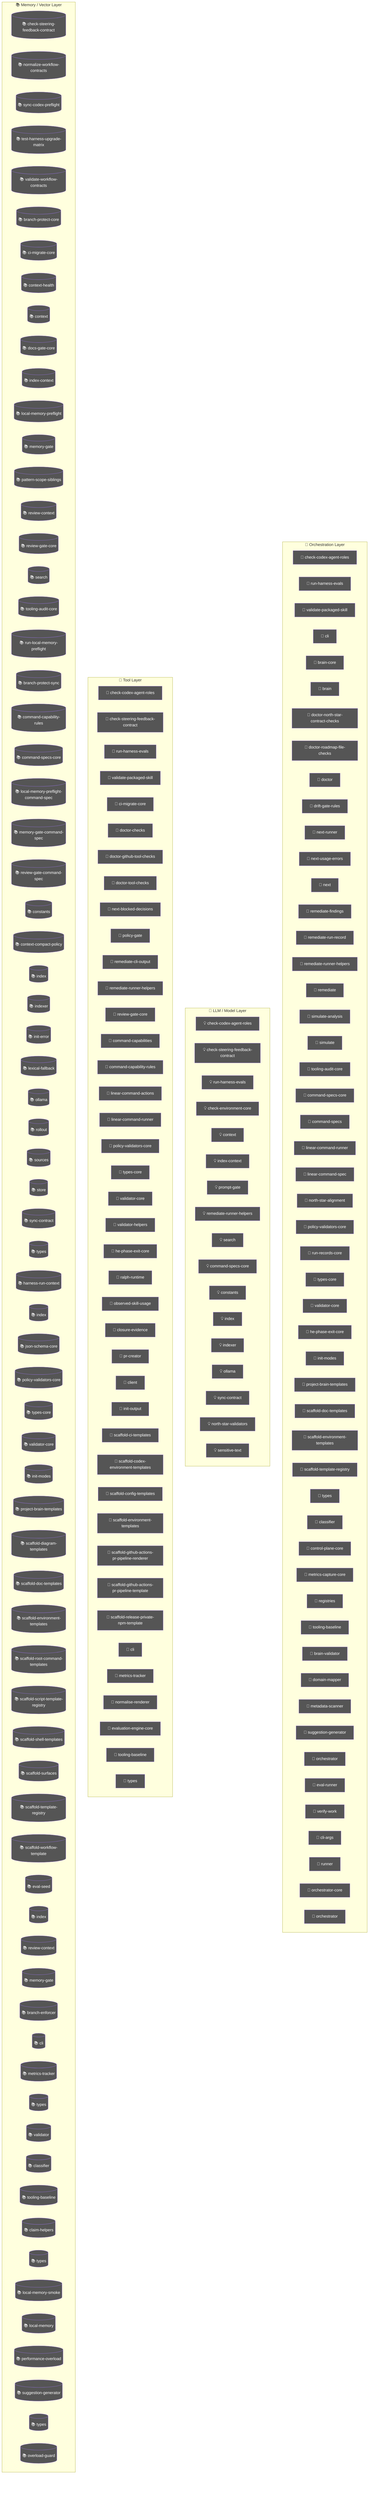
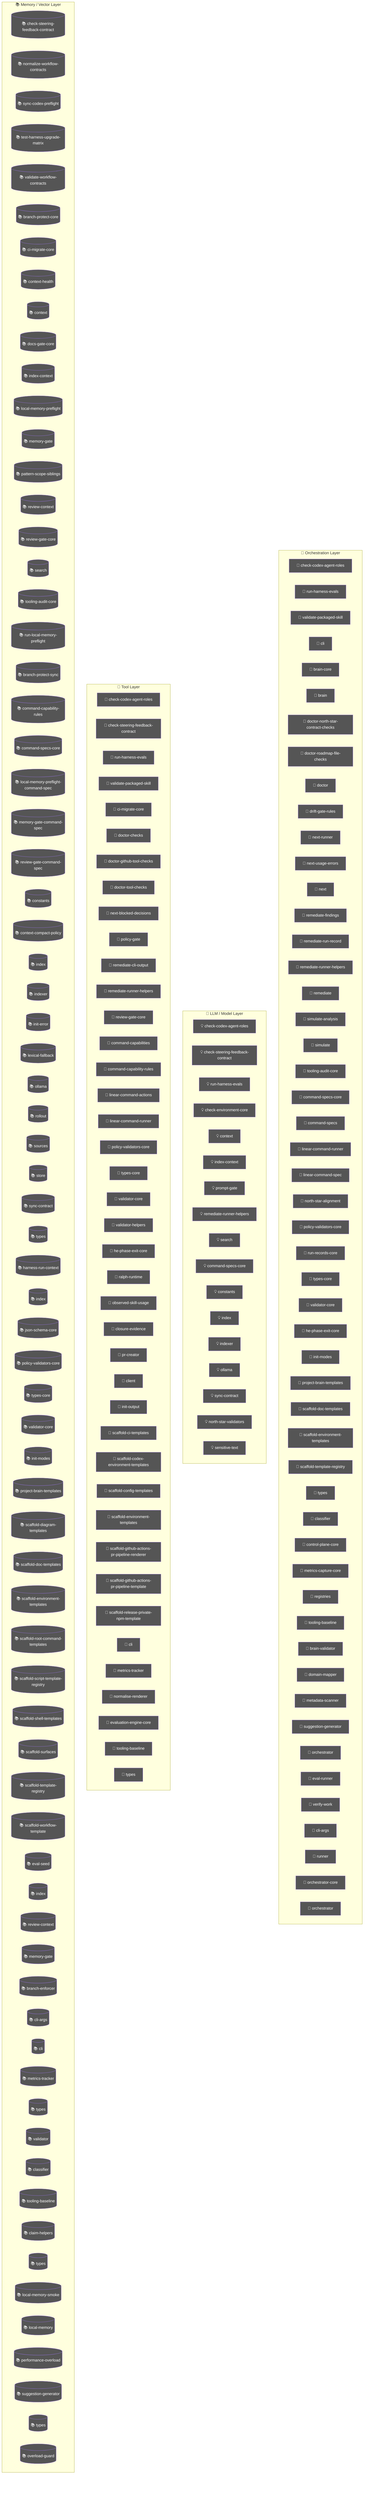
flowchart TD
  subgraph Orchestration["🎯 Orchestration Layer"]
    node_agent_mmd_orchestration_layer_orchestration_chec_7a9f0b64["🤖 check-codex-agent-roles"]
    node_agent_mmd_orchestration_layer_orchestration_run__18817957["🤖 run-harness-evals"]
    node_agent_mmd_orchestration_layer_orchestration_vali_c01b04be["🤖 validate-packaged-skill"]
    cli_99bb8840["🤖 cli"]
    brain_core_aa07c380["🤖 brain-core"]
    brain_bbbf7a64["🤖 brain"]
    doctor_north_star_contract_checks_0048124c["🤖 doctor-north-star-contract-checks"]
    doctor_roadmap_file_checks_14447b8e["🤖 doctor-roadmap-file-checks"]
    doctor_72f4be89["🤖 doctor"]
    drift_gate_rules_9685e72d["🤖 drift-gate-rules"]
    next_runner_41643472["🤖 next-runner"]
    next_usage_errors_837a345a["🤖 next-usage-errors"]
    next_c6c1c9a9["🤖 next"]
    remediate_findings_8b09c8c6["🤖 remediate-findings"]
    remediate_run_record_9dfe5dc1["🤖 remediate-run-record"]
    node_agent_mmd_orchestration_layer_orchestration_reme_359fe98f["🤖 remediate-runner-helpers"]
    remediate_06b9c7fc["🤖 remediate"]
    simulate_analysis_164a460c["🤖 simulate-analysis"]
    simulate_b9efe395["🤖 simulate"]
    node_agent_mmd_orchestration_layer_orchestration_tool_acfe0c01["🤖 tooling-audit-core"]
    node_agent_mmd_orchestration_layer_orchestration_comm_1f8cc24c["🤖 command-specs-core"]
    command_specs_69167c63["🤖 command-specs"]
    node_agent_mmd_orchestration_layer_orchestration_line_b67affd5["🤖 linear-command-runner"]
    linear_command_spec_1e12dd44["🤖 linear-command-spec"]
    north_star_alignment_00440188["🤖 north-star-alignment"]
    node_agent_mmd_orchestration_layer_orchestration_poli_3270b55d["🤖 policy-validators-core"]
    run_records_core_89286dfa["🤖 run-records-core"]
    node_agent_mmd_orchestration_layer_orchestration_type_7cf81261["🤖 types-core"]
    node_agent_mmd_orchestration_layer_orchestration_vali_d9fe99e6["🤖 validator-core"]
    node_agent_mmd_orchestration_layer_orchestration_he_p_fc778c24["🤖 he-phase-exit-core"]
    node_agent_mmd_orchestration_layer_orchestration_init_2a9c3ecb["🤖 init-modes"]
    node_agent_mmd_orchestration_layer_orchestration_proj_6ab6f60f["🤖 project-brain-templates"]
    node_agent_mmd_orchestration_layer_orchestration_scaf_12cc07db["🤖 scaffold-doc-templates"]
    node_agent_mmd_orchestration_layer_orchestration_scaf_c9a90c2f["🤖 scaffold-environment-templates"]
    node_agent_mmd_orchestration_layer_orchestration_scaf_ff8f92f6["🤖 scaffold-template-registry"]
    types_8_f6283648["🤖 types"]
    node_agent_mmd_orchestration_layer_orchestration_clas_899b821a["🤖 classifier"]
    control_plane_core_db3b4cb2["🤖 control-plane-core"]
    metrics_capture_core_db4bf7cf["🤖 metrics-capture-core"]
    registries_06402afa["🤖 registries"]
    node_agent_mmd_orchestration_layer_orchestration_tool_cc43149f["🤖 tooling-baseline"]
    brain_validator_be251832["🤖 brain-validator"]
    domain_mapper_cd9333d2["🤖 domain-mapper"]
    metadata_scanner_6a101b66["🤖 metadata-scanner"]
    node_agent_mmd_orchestration_layer_orchestration_sugg_85c5ebe3["🤖 suggestion-generator"]
    orchestrator_11376b7e["🤖 orchestrator"]
    eval_runner_0966a6b3["🤖 eval-runner"]
    verify_work_1_cd8e7ec3["🤖 verify-work"]
-     cli_args_d3dd4287["🤖 cli-args"]
+     cli_args_1_6144b055["🤖 cli-args"]
    runner_527aa9f4["🤖 runner"]
    orchestrator_core_d0678b53["🤖 orchestrator-core"]
    orchestrator_1_6b7137c5["🤖 orchestrator"]
  end
  subgraph LLMLayer["🧠 LLM / Model Layer"]
    node_agent_mmd_llm_model_layer_llmlayer_check_codex_a_29e7b7fa["💡 check-codex-agent-roles"]
    node_agent_mmd_llm_model_layer_llmlayer_check_steerin_a7dbbd2f["💡 check-steering-feedback-contract"]
    node_agent_mmd_llm_model_layer_llmlayer_run_harness_e_603fcfdc["💡 run-harness-evals"]
    check_environment_core_2c16213f["💡 check-environment-core"]
    node_agent_mmd_llm_model_layer_llmlayer_context_conte_ad2dfbd9["💡 context"]
    node_agent_mmd_llm_model_layer_llmlayer_index_context_1041bd11["💡 index-context"]
    prompt_gate_c5e9d207["💡 prompt-gate"]
    node_agent_mmd_llm_model_layer_llmlayer_remediate_run_9e3d4585["💡 remediate-runner-helpers"]
    node_agent_mmd_llm_model_layer_llmlayer_search_search_66b9a911["💡 search"]
    node_agent_mmd_llm_model_layer_llmlayer_command_specs_782af9fa["💡 command-specs-core"]
    node_agent_mmd_llm_model_layer_llmlayer_constants_con_c9bd3f6c["💡 constants"]
    node_agent_mmd_llm_model_layer_llmlayer_index_index_1_02e160ff["💡 index"]
    node_agent_mmd_llm_model_layer_llmlayer_indexer_index_4f4deef5["💡 indexer"]
    node_agent_mmd_llm_model_layer_llmlayer_ollama_ollama_968b23fa["💡 ollama"]
    node_agent_mmd_llm_model_layer_llmlayer_sync_contract_9f3cc8c1["💡 sync-contract"]
    north_star_validators_cfc926ce["💡 north-star-validators"]
    sensitive_text_7c11f760["💡 sensitive-text"]
  end
  subgraph ToolLayer["🔧 Tool Layer"]
    node_agent_mmd_tool_layer_toollayer_check_codex_agent_4b361d5a["🔧 check-codex-agent-roles"]
    node_agent_mmd_tool_layer_toollayer_check_steering_fe_84ed22c2["🔧 check-steering-feedback-contract"]
    node_agent_mmd_tool_layer_toollayer_run_harness_evals_e2ee24f1["🔧 run-harness-evals"]
    node_agent_mmd_tool_layer_toollayer_validate_packaged_f6ed6f12["🔧 validate-packaged-skill"]
    node_agent_mmd_tool_layer_toollayer_ci_migrate_core_c_049f8460["🔧 ci-migrate-core"]
    doctor_checks_5a2eb2b9["🔧 doctor-checks"]
    doctor_github_tool_checks_a53b0382["🔧 doctor-github-tool-checks"]
    doctor_tool_checks_4acac51a["🔧 doctor-tool-checks"]
    next_blocked_decisions_4140ad2b["🔧 next-blocked-decisions"]
    policy_gate_213f7313["🔧 policy-gate"]
    remediate_cli_output_cc165396["🔧 remediate-cli-output"]
    node_agent_mmd_tool_layer_toollayer_remediate_runner__c003b871["🔧 remediate-runner-helpers"]
    node_agent_mmd_tool_layer_toollayer_review_gate_core__7704598b["🔧 review-gate-core"]
    command_capabilities_a4d5c71e["🔧 command-capabilities"]
    node_agent_mmd_tool_layer_toollayer_command_capabilit_e97a4615["🔧 command-capability-rules"]
    linear_command_actions_e430f4f4["🔧 linear-command-actions"]
    node_agent_mmd_tool_layer_toollayer_linear_command_ru_d6763748["🔧 linear-command-runner"]
    node_agent_mmd_tool_layer_toollayer_policy_validators_af136abf["🔧 policy-validators-core"]
    node_agent_mmd_tool_layer_toollayer_types_core_types__6c8319b6["🔧 types-core"]
    node_agent_mmd_tool_layer_toollayer_validator_core_va_6ef6131f["🔧 validator-core"]
    validator_helpers_7b927667["🔧 validator-helpers"]
    node_agent_mmd_tool_layer_toollayer_he_phase_exit_cor_af016160["🔧 he-phase-exit-core"]
    ralph_runtime_73d63c0e["🔧 ralph-runtime"]
    observed_skill_usage_ed7d5930["🔧 observed-skill-usage"]
    closure_evidence_aaa31467["🔧 closure-evidence"]
    pr_creator_dc6b1ea4["🔧 pr-creator"]
    client_948fe603["🔧 client"]
    init_output_360dce91["🔧 init-output"]
    scaffold_ci_templates_2afd6392["🔧 scaffold-ci-templates"]
    scaffold_codex_environment_templates_334fbbed["🔧 scaffold-codex-environment-templates"]
    scaffold_config_templates_4b80ce53["🔧 scaffold-config-templates"]
    node_agent_mmd_tool_layer_toollayer_scaffold_environm_c1afc013["🔧 scaffold-environment-templates"]
    scaffold_github_actions_pr_pipeline_renderer_1ee18de5["🔧 scaffold-github-actions-pr-pipeline-renderer"]
    scaffold_github_actions_pr_pipeline_template_e2b85f62["🔧 scaffold-github-actions-pr-pipeline-template"]
    scaffold_release_private_npm_template_075499f8["🔧 scaffold-release-private-npm-template"]
    node_agent_mmd_tool_layer_toollayer_cli_cli_2_1_32d9eeaf["🔧 cli"]
    node_agent_mmd_tool_layer_toollayer_metrics_tracker_m_4c9237d8["🔧 metrics-tracker"]
    normalise_renderer_85f2e563["🔧 normalise-renderer"]
    evaluation_engine_core_e054fe49["🔧 evaluation-engine-core"]
    node_agent_mmd_tool_layer_toollayer_tooling_baseline__61e66e9f["🔧 tooling-baseline"]
    types_21_5756f9dc["🔧 types"]
  end
  subgraph MemoryLayer["📚 Memory / Vector Layer"]
    node_agent_mmd_memory_vector_layer_memorylayer_check__d71f8993[("📚 check-steering-feedback-contract")]
    normalize_workflow_contracts_8701f1c8[("📚 normalize-workflow-contracts")]
    sync_codex_preflight_7e7a8dc2[("📚 sync-codex-preflight")]
    test_harness_upgrade_matrix_84113c4e[("📚 test-harness-upgrade-matrix")]
    validate_workflow_contracts_33dc063c[("📚 validate-workflow-contracts")]
    branch_protect_core_a8feb0fd[("📚 branch-protect-core")]
    node_agent_mmd_memory_vector_layer_memorylayer_ci_mig_0cd5b1a4[("📚 ci-migrate-core")]
    context_health_80bb7da9[("📚 context-health")]
    node_agent_mmd_memory_vector_layer_memorylayer_contex_78ceaaa9[("📚 context")]
    docs_gate_core_eb9b6c18[("📚 docs-gate-core")]
    node_agent_mmd_memory_vector_layer_memorylayer_index__6f3402d0[("📚 index-context")]
    local_memory_preflight_dcc36c42[("📚 local-memory-preflight")]
    memory_gate_a577a506[("📚 memory-gate")]
    pattern_scope_siblings_43abe000[("📚 pattern-scope-siblings")]
    review_context_ca6cf81d[("📚 review-context")]
    node_agent_mmd_memory_vector_layer_memorylayer_review_5bee9816[("📚 review-gate-core")]
    node_agent_mmd_memory_vector_layer_memorylayer_search_ac35cb7e[("📚 search")]
    node_agent_mmd_memory_vector_layer_memorylayer_toolin_a1185b8f[("📚 tooling-audit-core")]
    run_local_memory_preflight_36e92808[("📚 run-local-memory-preflight")]
    branch_protect_sync_570adb18[("📚 branch-protect-sync")]
    node_agent_mmd_memory_vector_layer_memorylayer_comman_c72a5d05[("📚 command-capability-rules")]
    node_agent_mmd_memory_vector_layer_memorylayer_comman_111eb454[("📚 command-specs-core")]
    local_memory_preflight_command_spec_9e23f3ce[("📚 local-memory-preflight-command-spec")]
    memory_gate_command_spec_dc9001a9[("📚 memory-gate-command-spec")]
    review_gate_command_spec_3187376a[("📚 review-gate-command-spec")]
    node_agent_mmd_memory_vector_layer_memorylayer_consta_702d3f46[("📚 constants")]
    context_compact_policy_3dcaf95d[("📚 context-compact-policy")]
    node_agent_mmd_memory_vector_layer_memorylayer_index__752bc61e[("📚 index")]
    node_agent_mmd_memory_vector_layer_memorylayer_indexe_93e6d86f[("📚 indexer")]
    init_error_5c7dd49f[("📚 init-error")]
    lexical_fallback_723e2b3e[("📚 lexical-fallback")]
    node_agent_mmd_memory_vector_layer_memorylayer_ollama_6d51be16[("📚 ollama")]
    rollout_a4fa034c[("📚 rollout")]
    sources_878a52fc[("📚 sources")]
    store_824d80d7[("📚 store")]
    node_agent_mmd_memory_vector_layer_memorylayer_sync_c_e43418bc[("📚 sync-contract")]
    types_3_9675d69b[("📚 types")]
    harness_run_context_ac7c77a9[("📚 harness-run-context")]
    index_1_faebc14e[("📚 index")]
    json_schema_core_96d7e328[("📚 json-schema-core")]
    node_agent_mmd_memory_vector_layer_memorylayer_policy_1944de42[("📚 policy-validators-core")]
    node_agent_mmd_memory_vector_layer_memorylayer_types__83f369fa[("📚 types-core")]
    node_agent_mmd_memory_vector_layer_memorylayer_valida_41034356[("📚 validator-core")]
    node_agent_mmd_memory_vector_layer_memorylayer_init_m_333d02c5[("📚 init-modes")]
    node_agent_mmd_memory_vector_layer_memorylayer_projec_3ae304d9[("📚 project-brain-templates")]
    scaffold_diagram_templates_dd88e83c[("📚 scaffold-diagram-templates")]
    node_agent_mmd_memory_vector_layer_memorylayer_scaffo_5fd73b94[("📚 scaffold-doc-templates")]
    node_agent_mmd_memory_vector_layer_memorylayer_scaffo_12b42341[("📚 scaffold-environment-templates")]
    scaffold_root_command_templates_404fed7f[("📚 scaffold-root-command-templates")]
    scaffold_script_template_registry_69312d4e[("📚 scaffold-script-template-registry")]
    scaffold_shell_templates_0ad0f915[("📚 scaffold-shell-templates")]
    scaffold_surfaces_12d6494e[("📚 scaffold-surfaces")]
    node_agent_mmd_memory_vector_layer_memorylayer_scaffo_a86eece1[("📚 scaffold-template-registry")]
    scaffold_workflow_template_92310587[("📚 scaffold-workflow-template")]
    eval_seed_5699fd3e[("📚 eval-seed")]
    index_4_013aa0e3[("📚 index")]
    review_context_1_e3afed15[("📚 review-context")]
    memory_gate_1_265164ac[("📚 memory-gate")]
    branch_enforcer_acb749cd[("📚 branch-enforcer")]
+     cli_args_d3dd4287[("📚 cli-args")]
    node_agent_mmd_memory_vector_layer_memorylayer_cli_cl_1f1f89ab[("📚 cli")]
    node_agent_mmd_memory_vector_layer_memorylayer_metric_12562178[("📚 metrics-tracker")]
    types_10_75e5a4a0[("📚 types")]
    validator_4_5180cf23[("📚 validator")]
    node_agent_mmd_memory_vector_layer_memorylayer_classi_1ebbf5ff[("📚 classifier")]
    node_agent_mmd_memory_vector_layer_memorylayer_toolin_14f86b00[("📚 tooling-baseline")]
    claim_helpers_20dc8387[("📚 claim-helpers")]
    types_14_fe7507be[("📚 types")]
    local_memory_smoke_1175abfc[("📚 local-memory-smoke")]
    local_memory_0db17ecc[("📚 local-memory")]
    performance_overload_c685bfcf[("📚 performance-overload")]
    node_agent_mmd_memory_vector_layer_memorylayer_sugges_267f408d[("📚 suggestion-generator")]
    types_19_eb4ad5f0[("📚 types")]
    overload_guard_2748c559[("📚 overload-guard")]
  end
  classDef agentNode fill:#555,color:#fff
-   class node_agent_mmd_orchestration_layer_orchestration_chec_7a9f0b64,node_agent_mmd_llm_model_layer_llmlayer_check_codex_a_29e7b7fa,node_agent_mmd_tool_layer_toollayer_check_codex_agent_4b361d5a,node_agent_mmd_orchestration_layer_orchestration_run__18817957,node_agent_mmd_llm_model_layer_llmlayer_run_harness_e_603fcfdc,node_agent_mmd_tool_layer_toollayer_run_harness_evals_e2ee24f1,node_agent_mmd_orchestration_layer_orchestration_vali_c01b04be,node_agent_mmd_tool_layer_toollayer_validate_packaged_f6ed6f12,cli_99bb8840,brain_core_aa07c380,brain_bbbf7a64,doctor_north_star_contract_checks_0048124c,doctor_roadmap_file_checks_14447b8e,doctor_72f4be89,drift_gate_rules_9685e72d,next_runner_41643472,next_usage_errors_837a345a,next_c6c1c9a9,remediate_findings_8b09c8c6,remediate_run_record_9dfe5dc1,node_agent_mmd_orchestration_layer_orchestration_reme_359fe98f,node_agent_mmd_llm_model_layer_llmlayer_remediate_run_9e3d4585,node_agent_mmd_tool_layer_toollayer_remediate_runner__c003b871,remediate_06b9c7fc,simulate_analysis_164a460c,simulate_b9efe395,node_agent_mmd_orchestration_layer_orchestration_tool_acfe0c01,node_agent_mmd_memory_vector_layer_memorylayer_toolin_a1185b8f,node_agent_mmd_orchestration_layer_orchestration_comm_1f8cc24c,node_agent_mmd_llm_model_layer_llmlayer_command_specs_782af9fa,node_agent_mmd_memory_vector_layer_memorylayer_comman_111eb454,command_specs_69167c63,node_agent_mmd_orchestration_layer_orchestration_line_b67affd5,node_agent_mmd_tool_layer_toollayer_linear_command_ru_d6763748,linear_command_spec_1e12dd44,north_star_alignment_00440188,node_agent_mmd_orchestration_layer_orchestration_poli_3270b55d,node_agent_mmd_tool_layer_toollayer_policy_validators_af136abf,node_agent_mmd_memory_vector_layer_memorylayer_policy_1944de42,run_records_core_89286dfa,node_agent_mmd_orchestration_layer_orchestration_type_7cf81261,node_agent_mmd_tool_layer_toollayer_types_core_types__6c8319b6,node_agent_mmd_memory_vector_layer_memorylayer_types__83f369fa,node_agent_mmd_orchestration_layer_orchestration_vali_d9fe99e6,node_agent_mmd_tool_layer_toollayer_validator_core_va_6ef6131f,node_agent_mmd_memory_vector_layer_memorylayer_valida_41034356,node_agent_mmd_orchestration_layer_orchestration_he_p_fc778c24,node_agent_mmd_tool_layer_toollayer_he_phase_exit_cor_af016160,node_agent_mmd_orchestration_layer_orchestration_init_2a9c3ecb,node_agent_mmd_memory_vector_layer_memorylayer_init_m_333d02c5,node_agent_mmd_orchestration_layer_orchestration_proj_6ab6f60f,node_agent_mmd_memory_vector_layer_memorylayer_projec_3ae304d9,node_agent_mmd_orchestration_layer_orchestration_scaf_12cc07db,node_agent_mmd_memory_vector_layer_memorylayer_scaffo_5fd73b94,node_agent_mmd_orchestration_layer_orchestration_scaf_c9a90c2f,node_agent_mmd_tool_layer_toollayer_scaffold_environm_c1afc013,node_agent_mmd_memory_vector_layer_memorylayer_scaffo_12b42341,node_agent_mmd_orchestration_layer_orchestration_scaf_ff8f92f6,node_agent_mmd_memory_vector_layer_memorylayer_scaffo_a86eece1,types_8_f6283648,node_agent_mmd_orchestration_layer_orchestration_clas_899b821a,node_agent_mmd_memory_vector_layer_memorylayer_classi_1ebbf5ff,control_plane_core_db3b4cb2,metrics_capture_core_db4bf7cf,registries_06402afa,node_agent_mmd_orchestration_layer_orchestration_tool_cc43149f,node_agent_mmd_tool_layer_toollayer_tooling_baseline__61e66e9f,node_agent_mmd_memory_vector_layer_memorylayer_toolin_14f86b00,brain_validator_be251832,domain_mapper_cd9333d2,metadata_scanner_6a101b66,node_agent_mmd_orchestration_layer_orchestration_sugg_85c5ebe3,node_agent_mmd_memory_vector_layer_memorylayer_sugges_267f408d,orchestrator_11376b7e,eval_runner_0966a6b3,verify_work_1_cd8e7ec3,cli_args_d3dd4287,runner_527aa9f4,orchestrator_core_d0678b53,orchestrator_1_6b7137c5 agentNode
+   class node_agent_mmd_orchestration_layer_orchestration_chec_7a9f0b64,node_agent_mmd_llm_model_layer_llmlayer_check_codex_a_29e7b7fa,node_agent_mmd_tool_layer_toollayer_check_codex_agent_4b361d5a,node_agent_mmd_orchestration_layer_orchestration_run__18817957,node_agent_mmd_llm_model_layer_llmlayer_run_harness_e_603fcfdc,node_agent_mmd_tool_layer_toollayer_run_harness_evals_e2ee24f1,node_agent_mmd_orchestration_layer_orchestration_vali_c01b04be,node_agent_mmd_tool_layer_toollayer_validate_packaged_f6ed6f12,cli_99bb8840,brain_core_aa07c380,brain_bbbf7a64,doctor_north_star_contract_checks_0048124c,doctor_roadmap_file_checks_14447b8e,doctor_72f4be89,drift_gate_rules_9685e72d,next_runner_41643472,next_usage_errors_837a345a,next_c6c1c9a9,remediate_findings_8b09c8c6,remediate_run_record_9dfe5dc1,node_agent_mmd_orchestration_layer_orchestration_reme_359fe98f,node_agent_mmd_llm_model_layer_llmlayer_remediate_run_9e3d4585,node_agent_mmd_tool_layer_toollayer_remediate_runner__c003b871,remediate_06b9c7fc,simulate_analysis_164a460c,simulate_b9efe395,node_agent_mmd_orchestration_layer_orchestration_tool_acfe0c01,node_agent_mmd_memory_vector_layer_memorylayer_toolin_a1185b8f,node_agent_mmd_orchestration_layer_orchestration_comm_1f8cc24c,node_agent_mmd_llm_model_layer_llmlayer_command_specs_782af9fa,node_agent_mmd_memory_vector_layer_memorylayer_comman_111eb454,command_specs_69167c63,node_agent_mmd_orchestration_layer_orchestration_line_b67affd5,node_agent_mmd_tool_layer_toollayer_linear_command_ru_d6763748,linear_command_spec_1e12dd44,north_star_alignment_00440188,node_agent_mmd_orchestration_layer_orchestration_poli_3270b55d,node_agent_mmd_tool_layer_toollayer_policy_validators_af136abf,node_agent_mmd_memory_vector_layer_memorylayer_policy_1944de42,run_records_core_89286dfa,node_agent_mmd_orchestration_layer_orchestration_type_7cf81261,node_agent_mmd_tool_layer_toollayer_types_core_types__6c8319b6,node_agent_mmd_memory_vector_layer_memorylayer_types__83f369fa,node_agent_mmd_orchestration_layer_orchestration_vali_d9fe99e6,node_agent_mmd_tool_layer_toollayer_validator_core_va_6ef6131f,node_agent_mmd_memory_vector_layer_memorylayer_valida_41034356,node_agent_mmd_orchestration_layer_orchestration_he_p_fc778c24,node_agent_mmd_tool_layer_toollayer_he_phase_exit_cor_af016160,node_agent_mmd_orchestration_layer_orchestration_init_2a9c3ecb,node_agent_mmd_memory_vector_layer_memorylayer_init_m_333d02c5,node_agent_mmd_orchestration_layer_orchestration_proj_6ab6f60f,node_agent_mmd_memory_vector_layer_memorylayer_projec_3ae304d9,node_agent_mmd_orchestration_layer_orchestration_scaf_12cc07db,node_agent_mmd_memory_vector_layer_memorylayer_scaffo_5fd73b94,node_agent_mmd_orchestration_layer_orchestration_scaf_c9a90c2f,node_agent_mmd_tool_layer_toollayer_scaffold_environm_c1afc013,node_agent_mmd_memory_vector_layer_memorylayer_scaffo_12b42341,node_agent_mmd_orchestration_layer_orchestration_scaf_ff8f92f6,node_agent_mmd_memory_vector_layer_memorylayer_scaffo_a86eece1,types_8_f6283648,node_agent_mmd_orchestration_layer_orchestration_clas_899b821a,node_agent_mmd_memory_vector_layer_memorylayer_classi_1ebbf5ff,control_plane_core_db3b4cb2,metrics_capture_core_db4bf7cf,registries_06402afa,node_agent_mmd_orchestration_layer_orchestration_tool_cc43149f,node_agent_mmd_tool_layer_toollayer_tooling_baseline__61e66e9f,node_agent_mmd_memory_vector_layer_memorylayer_toolin_14f86b00,brain_validator_be251832,domain_mapper_cd9333d2,metadata_scanner_6a101b66,node_agent_mmd_orchestration_layer_orchestration_sugg_85c5ebe3,node_agent_mmd_memory_vector_layer_memorylayer_sugges_267f408d,orchestrator_11376b7e,eval_runner_0966a6b3,verify_work_1_cd8e7ec3,cli_args_1_6144b055,runner_527aa9f4,orchestrator_core_d0678b53,orchestrator_1_6b7137c5 agentNode
  classDef llmNode fill:#555,color:#fff
  class node_agent_mmd_orchestration_layer_orchestration_chec_7a9f0b64,node_agent_mmd_llm_model_layer_llmlayer_check_codex_a_29e7b7fa,node_agent_mmd_tool_layer_toollayer_check_codex_agent_4b361d5a,node_agent_mmd_llm_model_layer_llmlayer_check_steerin_a7dbbd2f,node_agent_mmd_tool_layer_toollayer_check_steering_fe_84ed22c2,node_agent_mmd_memory_vector_layer_memorylayer_check__d71f8993,node_agent_mmd_orchestration_layer_orchestration_run__18817957,node_agent_mmd_llm_model_layer_llmlayer_run_harness_e_603fcfdc,node_agent_mmd_tool_layer_toollayer_run_harness_evals_e2ee24f1,check_environment_core_2c16213f,node_agent_mmd_llm_model_layer_llmlayer_context_conte_ad2dfbd9,node_agent_mmd_memory_vector_layer_memorylayer_contex_78ceaaa9,node_agent_mmd_llm_model_layer_llmlayer_index_context_1041bd11,node_agent_mmd_memory_vector_layer_memorylayer_index__6f3402d0,prompt_gate_c5e9d207,node_agent_mmd_orchestration_layer_orchestration_reme_359fe98f,node_agent_mmd_llm_model_layer_llmlayer_remediate_run_9e3d4585,node_agent_mmd_tool_layer_toollayer_remediate_runner__c003b871,node_agent_mmd_llm_model_layer_llmlayer_search_search_66b9a911,node_agent_mmd_memory_vector_layer_memorylayer_search_ac35cb7e,node_agent_mmd_orchestration_layer_orchestration_comm_1f8cc24c,node_agent_mmd_llm_model_layer_llmlayer_command_specs_782af9fa,node_agent_mmd_memory_vector_layer_memorylayer_comman_111eb454,node_agent_mmd_llm_model_layer_llmlayer_constants_con_c9bd3f6c,node_agent_mmd_memory_vector_layer_memorylayer_consta_702d3f46,node_agent_mmd_llm_model_layer_llmlayer_index_index_1_02e160ff,node_agent_mmd_memory_vector_layer_memorylayer_index__752bc61e,node_agent_mmd_llm_model_layer_llmlayer_indexer_index_4f4deef5,node_agent_mmd_memory_vector_layer_memorylayer_indexe_93e6d86f,node_agent_mmd_llm_model_layer_llmlayer_ollama_ollama_968b23fa,node_agent_mmd_memory_vector_layer_memorylayer_ollama_6d51be16,node_agent_mmd_llm_model_layer_llmlayer_sync_contract_9f3cc8c1,node_agent_mmd_memory_vector_layer_memorylayer_sync_c_e43418bc,north_star_validators_cfc926ce,sensitive_text_7c11f760 llmNode
  classDef toolNode fill:#555,color:#fff
  class node_agent_mmd_orchestration_layer_orchestration_chec_7a9f0b64,node_agent_mmd_llm_model_layer_llmlayer_check_codex_a_29e7b7fa,node_agent_mmd_tool_layer_toollayer_check_codex_agent_4b361d5a,node_agent_mmd_llm_model_layer_llmlayer_check_steerin_a7dbbd2f,node_agent_mmd_tool_layer_toollayer_check_steering_fe_84ed22c2,node_agent_mmd_memory_vector_layer_memorylayer_check__d71f8993,node_agent_mmd_orchestration_layer_orchestration_run__18817957,node_agent_mmd_llm_model_layer_llmlayer_run_harness_e_603fcfdc,node_agent_mmd_tool_layer_toollayer_run_harness_evals_e2ee24f1,node_agent_mmd_orchestration_layer_orchestration_vali_c01b04be,node_agent_mmd_tool_layer_toollayer_validate_packaged_f6ed6f12,node_agent_mmd_tool_layer_toollayer_ci_migrate_core_c_049f8460,node_agent_mmd_memory_vector_layer_memorylayer_ci_mig_0cd5b1a4,doctor_checks_5a2eb2b9,doctor_github_tool_checks_a53b0382,doctor_tool_checks_4acac51a,next_blocked_decisions_4140ad2b,policy_gate_213f7313,remediate_cli_output_cc165396,node_agent_mmd_orchestration_layer_orchestration_reme_359fe98f,node_agent_mmd_llm_model_layer_llmlayer_remediate_run_9e3d4585,node_agent_mmd_tool_layer_toollayer_remediate_runner__c003b871,node_agent_mmd_tool_layer_toollayer_review_gate_core__7704598b,node_agent_mmd_memory_vector_layer_memorylayer_review_5bee9816,command_capabilities_a4d5c71e,node_agent_mmd_tool_layer_toollayer_command_capabilit_e97a4615,node_agent_mmd_memory_vector_layer_memorylayer_comman_c72a5d05,linear_command_actions_e430f4f4,node_agent_mmd_orchestration_layer_orchestration_line_b67affd5,node_agent_mmd_tool_layer_toollayer_linear_command_ru_d6763748,node_agent_mmd_orchestration_layer_orchestration_poli_3270b55d,node_agent_mmd_tool_layer_toollayer_policy_validators_af136abf,node_agent_mmd_memory_vector_layer_memorylayer_policy_1944de42,node_agent_mmd_orchestration_layer_orchestration_type_7cf81261,node_agent_mmd_tool_layer_toollayer_types_core_types__6c8319b6,node_agent_mmd_memory_vector_layer_memorylayer_types__83f369fa,node_agent_mmd_orchestration_layer_orchestration_vali_d9fe99e6,node_agent_mmd_tool_layer_toollayer_validator_core_va_6ef6131f,node_agent_mmd_memory_vector_layer_memorylayer_valida_41034356,validator_helpers_7b927667,node_agent_mmd_orchestration_layer_orchestration_he_p_fc778c24,node_agent_mmd_tool_layer_toollayer_he_phase_exit_cor_af016160,ralph_runtime_73d63c0e,observed_skill_usage_ed7d5930,closure_evidence_aaa31467,pr_creator_dc6b1ea4,client_948fe603,init_output_360dce91,scaffold_ci_templates_2afd6392,scaffold_codex_environment_templates_334fbbed,scaffold_config_templates_4b80ce53,node_agent_mmd_orchestration_layer_orchestration_scaf_c9a90c2f,node_agent_mmd_tool_layer_toollayer_scaffold_environm_c1afc013,node_agent_mmd_memory_vector_layer_memorylayer_scaffo_12b42341,scaffold_github_actions_pr_pipeline_renderer_1ee18de5,scaffold_github_actions_pr_pipeline_template_e2b85f62,scaffold_release_private_npm_template_075499f8,node_agent_mmd_tool_layer_toollayer_cli_cli_2_1_32d9eeaf,node_agent_mmd_memory_vector_layer_memorylayer_cli_cl_1f1f89ab,node_agent_mmd_tool_layer_toollayer_metrics_tracker_m_4c9237d8,node_agent_mmd_memory_vector_layer_memorylayer_metric_12562178,normalise_renderer_85f2e563,evaluation_engine_core_e054fe49,node_agent_mmd_orchestration_layer_orchestration_tool_cc43149f,node_agent_mmd_tool_layer_toollayer_tooling_baseline__61e66e9f,node_agent_mmd_memory_vector_layer_memorylayer_toolin_14f86b00,types_21_5756f9dc toolNode
  classDef memNode fill:#555,color:#fff
-   class node_agent_mmd_llm_model_layer_llmlayer_check_steerin_a7dbbd2f,node_agent_mmd_tool_layer_toollayer_check_steering_fe_84ed22c2,node_agent_mmd_memory_vector_layer_memorylayer_check__d71f8993,normalize_workflow_contracts_8701f1c8,sync_codex_preflight_7e7a8dc2,test_harness_upgrade_matrix_84113c4e,validate_workflow_contracts_33dc063c,branch_protect_core_a8feb0fd,node_agent_mmd_tool_layer_toollayer_ci_migrate_core_c_049f8460,node_agent_mmd_memory_vector_layer_memorylayer_ci_mig_0cd5b1a4,context_health_80bb7da9,node_agent_mmd_llm_model_layer_llmlayer_context_conte_ad2dfbd9,node_agent_mmd_memory_vector_layer_memorylayer_contex_78ceaaa9,docs_gate_core_eb9b6c18,node_agent_mmd_llm_model_layer_llmlayer_index_context_1041bd11,node_agent_mmd_memory_vector_layer_memorylayer_index__6f3402d0,local_memory_preflight_dcc36c42,memory_gate_a577a506,pattern_scope_siblings_43abe000,review_context_ca6cf81d,node_agent_mmd_tool_layer_toollayer_review_gate_core__7704598b,node_agent_mmd_memory_vector_layer_memorylayer_review_5bee9816,node_agent_mmd_llm_model_layer_llmlayer_search_search_66b9a911,node_agent_mmd_memory_vector_layer_memorylayer_search_ac35cb7e,node_agent_mmd_orchestration_layer_orchestration_tool_acfe0c01,node_agent_mmd_memory_vector_layer_memorylayer_toolin_a1185b8f,run_local_memory_preflight_36e92808,branch_protect_sync_570adb18,node_agent_mmd_tool_layer_toollayer_command_capabilit_e97a4615,node_agent_mmd_memory_vector_layer_memorylayer_comman_c72a5d05,node_agent_mmd_orchestration_layer_orchestration_comm_1f8cc24c,node_agent_mmd_llm_model_layer_llmlayer_command_specs_782af9fa,node_agent_mmd_memory_vector_layer_memorylayer_comman_111eb454,local_memory_preflight_command_spec_9e23f3ce,memory_gate_command_spec_dc9001a9,review_gate_command_spec_3187376a,node_agent_mmd_llm_model_layer_llmlayer_constants_con_c9bd3f6c,node_agent_mmd_memory_vector_layer_memorylayer_consta_702d3f46,context_compact_policy_3dcaf95d,node_agent_mmd_llm_model_layer_llmlayer_index_index_1_02e160ff,node_agent_mmd_memory_vector_layer_memorylayer_index__752bc61e,node_agent_mmd_llm_model_layer_llmlayer_indexer_index_4f4deef5,node_agent_mmd_memory_vector_layer_memorylayer_indexe_93e6d86f,init_error_5c7dd49f,lexical_fallback_723e2b3e,node_agent_mmd_llm_model_layer_llmlayer_ollama_ollama_968b23fa,node_agent_mmd_memory_vector_layer_memorylayer_ollama_6d51be16,rollout_a4fa034c,sources_878a52fc,store_824d80d7,node_agent_mmd_llm_model_layer_llmlayer_sync_contract_9f3cc8c1,node_agent_mmd_memory_vector_layer_memorylayer_sync_c_e43418bc,types_3_9675d69b,harness_run_context_ac7c77a9,index_1_faebc14e,json_schema_core_96d7e328,node_agent_mmd_orchestration_layer_orchestration_poli_3270b55d,node_agent_mmd_tool_layer_toollayer_policy_validators_af136abf,node_agent_mmd_memory_vector_layer_memorylayer_policy_1944de42,node_agent_mmd_orchestration_layer_orchestration_type_7cf81261,node_agent_mmd_tool_layer_toollayer_types_core_types__6c8319b6,node_agent_mmd_memory_vector_layer_memorylayer_types__83f369fa,node_agent_mmd_orchestration_layer_orchestration_vali_d9fe99e6,node_agent_mmd_tool_layer_toollayer_validator_core_va_6ef6131f,node_agent_mmd_memory_vector_layer_memorylayer_valida_41034356,node_agent_mmd_orchestration_layer_orchestration_init_2a9c3ecb,node_agent_mmd_memory_vector_layer_memorylayer_init_m_333d02c5,node_agent_mmd_orchestration_layer_orchestration_proj_6ab6f60f,node_agent_mmd_memory_vector_layer_memorylayer_projec_3ae304d9,scaffold_diagram_templates_dd88e83c,node_agent_mmd_orchestration_layer_orchestration_scaf_12cc07db,node_agent_mmd_memory_vector_layer_memorylayer_scaffo_5fd73b94,node_agent_mmd_orchestration_layer_orchestration_scaf_c9a90c2f,node_agent_mmd_tool_layer_toollayer_scaffold_environm_c1afc013,node_agent_mmd_memory_vector_layer_memorylayer_scaffo_12b42341,scaffold_root_command_templates_404fed7f,scaffold_script_template_registry_69312d4e,scaffold_shell_templates_0ad0f915,scaffold_surfaces_12d6494e,node_agent_mmd_orchestration_layer_orchestration_scaf_ff8f92f6,node_agent_mmd_memory_vector_layer_memorylayer_scaffo_a86eece1,scaffold_workflow_template_92310587,eval_seed_5699fd3e,index_4_013aa0e3,review_context_1_e3afed15,memory_gate_1_265164ac,branch_enforcer_acb749cd,node_agent_mmd_tool_layer_toollayer_cli_cli_2_1_32d9eeaf,node_agent_mmd_memory_vector_layer_memorylayer_cli_cl_1f1f89ab,node_agent_mmd_tool_layer_toollayer_metrics_tracker_m_4c9237d8,node_agent_mmd_memory_vector_layer_memorylayer_metric_12562178,types_10_75e5a4a0,validator_4_5180cf23,node_agent_mmd_orchestration_layer_orchestration_clas_899b821a,node_agent_mmd_memory_vector_layer_memorylayer_classi_1ebbf5ff,node_agent_mmd_orchestration_layer_orchestration_tool_cc43149f,node_agent_mmd_tool_layer_toollayer_tooling_baseline__61e66e9f,node_agent_mmd_memory_vector_layer_memorylayer_toolin_14f86b00,claim_helpers_20dc8387,types_14_fe7507be,local_memory_smoke_1175abfc,local_memory_0db17ecc,performance_overload_c685bfcf,node_agent_mmd_orchestration_layer_orchestration_sugg_85c5ebe3,node_agent_mmd_memory_vector_layer_memorylayer_sugges_267f408d,types_19_eb4ad5f0,overload_guard_2748c559 memNode
+   class node_agent_mmd_llm_model_layer_llmlayer_check_steerin_a7dbbd2f,node_agent_mmd_tool_layer_toollayer_check_steering_fe_84ed22c2,node_agent_mmd_memory_vector_layer_memorylayer_check__d71f8993,normalize_workflow_contracts_8701f1c8,sync_codex_preflight_7e7a8dc2,test_harness_upgrade_matrix_84113c4e,validate_workflow_contracts_33dc063c,branch_protect_core_a8feb0fd,node_agent_mmd_tool_layer_toollayer_ci_migrate_core_c_049f8460,node_agent_mmd_memory_vector_layer_memorylayer_ci_mig_0cd5b1a4,context_health_80bb7da9,node_agent_mmd_llm_model_layer_llmlayer_context_conte_ad2dfbd9,node_agent_mmd_memory_vector_layer_memorylayer_contex_78ceaaa9,docs_gate_core_eb9b6c18,node_agent_mmd_llm_model_layer_llmlayer_index_context_1041bd11,node_agent_mmd_memory_vector_layer_memorylayer_index__6f3402d0,local_memory_preflight_dcc36c42,memory_gate_a577a506,pattern_scope_siblings_43abe000,review_context_ca6cf81d,node_agent_mmd_tool_layer_toollayer_review_gate_core__7704598b,node_agent_mmd_memory_vector_layer_memorylayer_review_5bee9816,node_agent_mmd_llm_model_layer_llmlayer_search_search_66b9a911,node_agent_mmd_memory_vector_layer_memorylayer_search_ac35cb7e,node_agent_mmd_orchestration_layer_orchestration_tool_acfe0c01,node_agent_mmd_memory_vector_layer_memorylayer_toolin_a1185b8f,run_local_memory_preflight_36e92808,branch_protect_sync_570adb18,node_agent_mmd_tool_layer_toollayer_command_capabilit_e97a4615,node_agent_mmd_memory_vector_layer_memorylayer_comman_c72a5d05,node_agent_mmd_orchestration_layer_orchestration_comm_1f8cc24c,node_agent_mmd_llm_model_layer_llmlayer_command_specs_782af9fa,node_agent_mmd_memory_vector_layer_memorylayer_comman_111eb454,local_memory_preflight_command_spec_9e23f3ce,memory_gate_command_spec_dc9001a9,review_gate_command_spec_3187376a,node_agent_mmd_llm_model_layer_llmlayer_constants_con_c9bd3f6c,node_agent_mmd_memory_vector_layer_memorylayer_consta_702d3f46,context_compact_policy_3dcaf95d,node_agent_mmd_llm_model_layer_llmlayer_index_index_1_02e160ff,node_agent_mmd_memory_vector_layer_memorylayer_index__752bc61e,node_agent_mmd_llm_model_layer_llmlayer_indexer_index_4f4deef5,node_agent_mmd_memory_vector_layer_memorylayer_indexe_93e6d86f,init_error_5c7dd49f,lexical_fallback_723e2b3e,node_agent_mmd_llm_model_layer_llmlayer_ollama_ollama_968b23fa,node_agent_mmd_memory_vector_layer_memorylayer_ollama_6d51be16,rollout_a4fa034c,sources_878a52fc,store_824d80d7,node_agent_mmd_llm_model_layer_llmlayer_sync_contract_9f3cc8c1,node_agent_mmd_memory_vector_layer_memorylayer_sync_c_e43418bc,types_3_9675d69b,harness_run_context_ac7c77a9,index_1_faebc14e,json_schema_core_96d7e328,node_agent_mmd_orchestration_layer_orchestration_poli_3270b55d,node_agent_mmd_tool_layer_toollayer_policy_validators_af136abf,node_agent_mmd_memory_vector_layer_memorylayer_policy_1944de42,node_agent_mmd_orchestration_layer_orchestration_type_7cf81261,node_agent_mmd_tool_layer_toollayer_types_core_types__6c8319b6,node_agent_mmd_memory_vector_layer_memorylayer_types__83f369fa,node_agent_mmd_orchestration_layer_orchestration_vali_d9fe99e6,node_agent_mmd_tool_layer_toollayer_validator_core_va_6ef6131f,node_agent_mmd_memory_vector_layer_memorylayer_valida_41034356,node_agent_mmd_orchestration_layer_orchestration_init_2a9c3ecb,node_agent_mmd_memory_vector_layer_memorylayer_init_m_333d02c5,node_agent_mmd_orchestration_layer_orchestration_proj_6ab6f60f,node_agent_mmd_memory_vector_layer_memorylayer_projec_3ae304d9,scaffold_diagram_templates_dd88e83c,node_agent_mmd_orchestration_layer_orchestration_scaf_12cc07db,node_agent_mmd_memory_vector_layer_memorylayer_scaffo_5fd73b94,node_agent_mmd_orchestration_layer_orchestration_scaf_c9a90c2f,node_agent_mmd_tool_layer_toollayer_scaffold_environm_c1afc013,node_agent_mmd_memory_vector_layer_memorylayer_scaffo_12b42341,scaffold_root_command_templates_404fed7f,scaffold_script_template_registry_69312d4e,scaffold_shell_templates_0ad0f915,scaffold_surfaces_12d6494e,node_agent_mmd_orchestration_layer_orchestration_scaf_ff8f92f6,node_agent_mmd_memory_vector_layer_memorylayer_scaffo_a86eece1,scaffold_workflow_template_92310587,eval_seed_5699fd3e,index_4_013aa0e3,review_context_1_e3afed15,memory_gate_1_265164ac,branch_enforcer_acb749cd,cli_args_d3dd4287,node_agent_mmd_tool_layer_toollayer_cli_cli_2_1_32d9eeaf,node_agent_mmd_memory_vector_layer_memorylayer_cli_cl_1f1f89ab,node_agent_mmd_tool_layer_toollayer_metrics_tracker_m_4c9237d8,node_agent_mmd_memory_vector_layer_memorylayer_metric_12562178,types_10_75e5a4a0,validator_4_5180cf23,node_agent_mmd_orchestration_layer_orchestration_clas_899b821a,node_agent_mmd_memory_vector_layer_memorylayer_classi_1ebbf5ff,node_agent_mmd_orchestration_layer_orchestration_tool_cc43149f,node_agent_mmd_tool_layer_toollayer_tooling_baseline__61e66e9f,node_agent_mmd_memory_vector_layer_memorylayer_toolin_14f86b00,claim_helpers_20dc8387,types_14_fe7507be,local_memory_smoke_1175abfc,local_memory_0db17ecc,performance_overload_c685bfcf,node_agent_mmd_orchestration_layer_orchestration_sugg_85c5ebe3,node_agent_mmd_memory_vector_layer_memorylayer_sugges_267f408d,types_19_eb4ad5f0,overload_guard_2748c559 memNode
